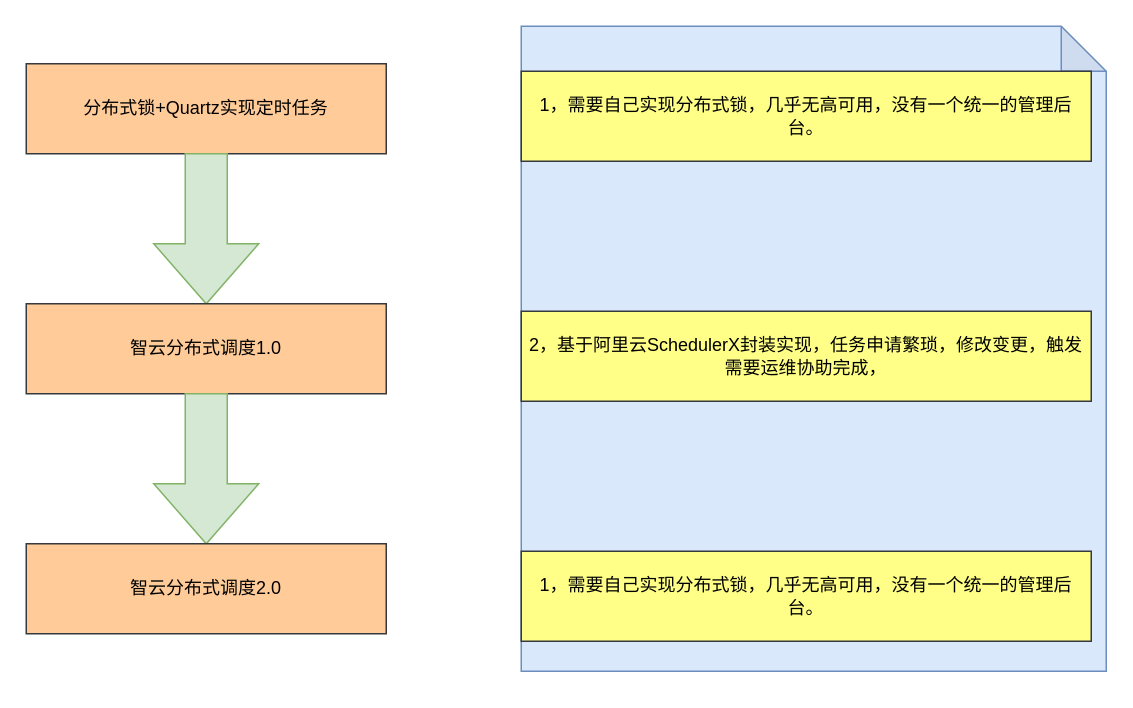
Before: src/Untitled Diagram.drawio in YANGJINJUE/SSM_Template, a draw.io diagram. Source tidied: cells renumbered, new cells numbered last; positions are measured from the earlier drawing's top-left corner, leaving out a move shared by most shapes. Both pictures are drawn from the tidied source at 150%, with x=0, y=0 at pixel (26, 26).
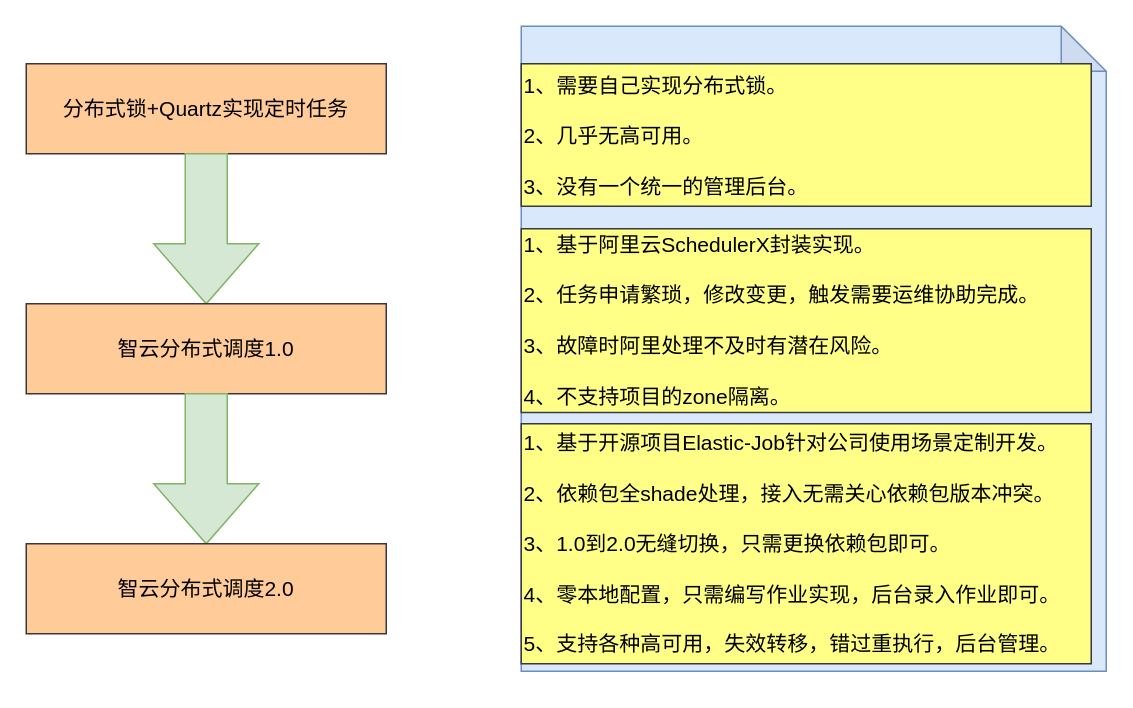
The same diagram, later.

What changed in the source:
```diff
@@
 <mxGraphModel>
   <root>
     <mxCell id="0" />
     <mxCell id="1" parent="0" />
-    <mxCell id="2" value="分布式锁+Quartz实现定时任务" style="rounded=0;whiteSpace=wrap;html=1;strokeColor=#36393d;fillColor=#ffcc99;" parent="1" vertex="1">
+    <mxCell id="2" value="&lt;font style=&quot;font-size: 14px&quot;&gt;分布式锁+Quartz实现定时任务&lt;/font&gt;" style="rounded=0;whiteSpace=wrap;html=1;strokeColor=#36393d;fillColor=#ffcc99;" parent="1" vertex="1">
       <mxGeometry y="25" width="240" height="60" as="geometry" />
     </mxCell>
     <mxCell id="3" style="shape=note;whiteSpace=wrap;html=1;backgroundOutline=1;darkOpacity=0.05;align=left;fillColor=#dae8fc;strokeColor=#6c8ebf;" parent="1" vertex="1">
       <mxGeometry x="330" width="390" height="430" as="geometry" />
     </mxCell>
-    <mxCell id="4" value="&lt;span style=&quot;text-align: left&quot;&gt;1，需要自己实现分布式锁，几乎无高可用，没有一个统一的管理后台。&lt;/span&gt;" style="rounded=0;whiteSpace=wrap;html=1;strokeColor=#36393d;fillColor=#ffff88;" parent="1" vertex="1">
-      <mxGeometry x="330" y="30" width="380" height="60" as="geometry" />
+    <mxCell id="4" value="&lt;span style=&quot;font-size: 14px&quot;&gt;1、需要自己实现分布式锁。&lt;br&gt;&lt;br&gt;2、几乎无高可用。&lt;br&gt;&lt;br&gt;3、没有一个统一的管理后台。&lt;/span&gt;" style="rounded=0;whiteSpace=wrap;html=1;strokeColor=#36393d;fillColor=#ffff88;align=left;" parent="1" vertex="1">
+      <mxGeometry x="330" y="25" width="380" height="95" as="geometry" />
     </mxCell>
     <mxCell id="5" style="html=1;shadow=0;dashed=0;align=center;verticalAlign=middle;shape=mxgraph.arrows2.arrow;dy=0.6;dx=40;direction=south;notch=0;fillColor=#d5e8d4;strokeColor=#82b366;" parent="1" vertex="1">
       <mxGeometry x="85" y="85" width="70" height="100" as="geometry" />
     </mxCell>
-    <mxCell id="6" value="智云分布式调度1.0" style="rounded=0;whiteSpace=wrap;html=1;strokeColor=#36393d;fillColor=#ffcc99;" parent="1" vertex="1">
+    <mxCell id="6" value="&lt;font style=&quot;font-size: 14px&quot;&gt;智云分布式调度1.0&lt;/font&gt;" style="rounded=0;whiteSpace=wrap;html=1;strokeColor=#36393d;fillColor=#ffcc99;" parent="1" vertex="1">
       <mxGeometry y="185" width="240" height="60" as="geometry" />
     </mxCell>
     <mxCell id="7" style="html=1;shadow=0;dashed=0;align=center;verticalAlign=middle;shape=mxgraph.arrows2.arrow;dy=0.6;dx=40;direction=south;notch=0;fillColor=#d5e8d4;strokeColor=#82b366;" parent="1" vertex="1">
       <mxGeometry x="85" y="245" width="70" height="100" as="geometry" />
     </mxCell>
-    <mxCell id="8" value="智云分布式调度2.0" style="rounded=0;whiteSpace=wrap;html=1;strokeColor=#36393d;fillColor=#ffcc99;" parent="1" vertex="1">
+    <mxCell id="8" value="&lt;font style=&quot;font-size: 14px&quot;&gt;智云分布式调度2.0&lt;/font&gt;" style="rounded=0;whiteSpace=wrap;html=1;strokeColor=#36393d;fillColor=#ffcc99;" parent="1" vertex="1">
       <mxGeometry y="345" width="240" height="60" as="geometry" />
     </mxCell>
-    <mxCell id="9" value="&lt;span style=&quot;text-align: left&quot;&gt;2，基于阿里云SchedulerX封装实现，任务申请繁琐，修改变更，触发需要运维协助完成，&lt;/span&gt;" style="rounded=0;whiteSpace=wrap;html=1;strokeColor=#36393d;fillColor=#ffff88;" parent="1" vertex="1">
-      <mxGeometry x="330" y="190" width="380" height="60" as="geometry" />
+    <mxCell id="9" value="&lt;span style=&quot;font-size: 14px&quot;&gt;1、基于阿里云SchedulerX封装实现。&lt;br&gt;&lt;br&gt;2、任务申请繁琐，修改变更，触发需要运维协助完成。&lt;br&gt;&lt;br&gt;3、故障时阿里处理不及时有潜在风险。&lt;br&gt;&lt;br&gt;4、不支持项目的zone隔离。&lt;/span&gt;" style="rounded=0;whiteSpace=wrap;html=1;strokeColor=#36393d;fillColor=#ffff88;align=left;" parent="1" vertex="1">
+      <mxGeometry x="330" y="135" width="380" height="122.5" as="geometry" />
     </mxCell>
-    <mxCell id="10" value="&lt;span style=&quot;text-align: left&quot;&gt;1，需要自己实现分布式锁，几乎无高可用，没有一个统一的管理后台。&lt;/span&gt;" style="rounded=0;whiteSpace=wrap;html=1;strokeColor=#36393d;fillColor=#ffff88;" parent="1" vertex="1">
-      <mxGeometry x="330" y="350" width="380" height="60" as="geometry" />
+    <mxCell id="10" value="&lt;span style=&quot;font-size: 14px&quot;&gt;&lt;br&gt;1、基于开源项目Elastic-Job针对公司使用场景定制开发。&lt;br&gt;&lt;br&gt;2、依赖包全shade处理，接入无需关心依赖包版本冲突。&lt;br&gt;&lt;br&gt;3、1.0到2.0无缝切换，只需更换依赖包即可。&lt;br&gt;&lt;br&gt;4、零本地配置，只需编写作业实现，后台录入作业即可。&lt;br&gt;&lt;br&gt;5、支持各种高可用，失效转移，错过重执行，后台管理。&lt;br&gt;&lt;br&gt;&lt;/span&gt;" style="rounded=0;whiteSpace=wrap;html=1;strokeColor=#36393d;fillColor=#ffff88;align=left;" parent="1" vertex="1">
+      <mxGeometry x="330" y="265" width="380" height="160" as="geometry" />
     </mxCell>
   </root>
 </mxGraphModel>
```
